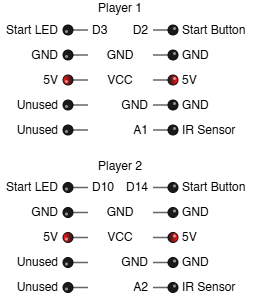
The draw.io diagram img/header.drawio.png in mickkn/IRCoinSlot, before a commit. Source tidied: cells renumbered, new cells last; positions are measured from the earlier drawing's top-left corner, leaving out a move shared by most shapes. Source of this version:
```xml
<mxGraphModel>
  <root>
    <mxCell id="0" />
    <mxCell id="1" parent="0" />
    <mxCell id="2" style="verticalLabelPosition=top;html=1;shadow=0;dashed=0;verticalAlign=bottom;strokeWidth=1;shape=mxgraph.ios.iPin;fillColor2=none;fillColor3=none;strokeColor=none;pinStemColor=none;rotation=90;fillColor=none;" parent="1" vertex="1">
      <mxGeometry x="160" y="118" width="10" height="25" as="geometry" />
    </mxCell>
    <mxCell id="3" style="verticalLabelPosition=top;html=1;shadow=0;dashed=0;verticalAlign=bottom;strokeWidth=1;shape=mxgraph.ios.iPin;fillColor2=none;fillColor3=none;strokeColor=none;pinStemColor=none;rotation=90;fillColor=none;" parent="1" vertex="1">
      <mxGeometry x="160" y="93" width="10" height="25" as="geometry" />
    </mxCell>
    <mxCell id="4" value="&lt;div&gt;&lt;br&gt;&lt;/div&gt;&lt;div&gt;&lt;br&gt;&lt;/div&gt;" style="verticalLabelPosition=top;html=1;shadow=0;dashed=0;verticalAlign=bottom;strokeWidth=1;shape=mxgraph.ios.iPin;fillColor2=light-dark(#FF0000,var(--ge-dark-color, #121212));fillColor3=none;strokeColor=none;pinStemColor=none;rotation=90;fillColor=none;" parent="1" vertex="1">
      <mxGeometry x="160" y="68" width="10" height="25" as="geometry" />
    </mxCell>
    <mxCell id="5" style="verticalLabelPosition=top;html=1;shadow=0;dashed=0;verticalAlign=bottom;strokeWidth=1;shape=mxgraph.ios.iPin;fillColor2=none;fillColor3=none;strokeColor=none;pinStemColor=none;rotation=90;fillColor=none;" parent="1" vertex="1">
      <mxGeometry x="160" y="18" width="10" height="25" as="geometry" />
    </mxCell>
    <mxCell id="6" style="verticalLabelPosition=top;html=1;shadow=0;dashed=0;verticalAlign=bottom;strokeWidth=1;shape=mxgraph.ios.iPin;fillColor2=none;fillColor3=none;strokeColor=none;pinStemColor=none;rotation=-90;fillColor=none;" parent="1" vertex="1">
      <mxGeometry x="70" y="18" width="10" height="25" as="geometry" />
    </mxCell>
    <mxCell id="7" style="verticalLabelPosition=top;html=1;shadow=0;dashed=0;verticalAlign=bottom;strokeWidth=1;shape=mxgraph.ios.iPin;fillColor2=none;fillColor3=none;strokeColor=none;pinStemColor=none;rotation=-90;fillColor=none;" parent="1" vertex="1">
      <mxGeometry x="70" y="43" width="10" height="25" as="geometry" />
    </mxCell>
    <mxCell id="8" style="verticalLabelPosition=top;html=1;shadow=0;dashed=0;verticalAlign=bottom;strokeWidth=1;shape=mxgraph.ios.iPin;fillColor2=none;fillColor3=none;strokeColor=none;pinStemColor=none;rotation=-90;fillColor=none;" parent="1" vertex="1">
      <mxGeometry x="70" y="93" width="10" height="25" as="geometry" />
    </mxCell>
    <mxCell id="9" style="verticalLabelPosition=top;html=1;shadow=0;dashed=0;verticalAlign=bottom;strokeWidth=1;shape=mxgraph.ios.iPin;fillColor2=none;fillColor3=none;strokeColor=none;pinStemColor=none;rotation=-90;fillColor=none;" parent="1" vertex="1">
      <mxGeometry x="70" y="118" width="10" height="25" as="geometry" />
    </mxCell>
    <mxCell id="10" style="verticalLabelPosition=top;html=1;shadow=0;dashed=0;verticalAlign=bottom;strokeWidth=1;shape=mxgraph.ios.iPin;fillColor2=none;fillColor3=none;strokeColor=none;pinStemColor=none;rotation=90;fillColor=none;" parent="1" vertex="1">
      <mxGeometry x="160" y="43" width="10" height="25" as="geometry" />
    </mxCell>
    <mxCell id="11" value="&lt;div&gt;&lt;br&gt;&lt;/div&gt;&lt;div&gt;&lt;br&gt;&lt;/div&gt;" style="verticalLabelPosition=top;html=1;shadow=0;dashed=0;verticalAlign=bottom;strokeWidth=1;shape=mxgraph.ios.iPin;fillColor2=light-dark(#FF0000,var(--ge-dark-color, #121212));fillColor3=none;strokeColor=none;pinStemColor=none;rotation=-90;fillColor=none;" parent="1" vertex="1">
      <mxGeometry x="70" y="68" width="10" height="25" as="geometry" />
    </mxCell>
    <mxCell id="12" value="GND" style="text;html=1;whiteSpace=wrap;strokeColor=none;fillColor=none;align=left;verticalAlign=middle;rounded=0;" parent="1" vertex="1">
      <mxGeometry x="180" y="46.8" width="60" height="17.5" as="geometry" />
    </mxCell>
    <mxCell id="13" value="5V" style="text;html=1;whiteSpace=wrap;strokeColor=none;fillColor=none;align=right;verticalAlign=middle;rounded=0;" parent="1" vertex="1">
      <mxGeometry y="71.8" width="60" height="17.5" as="geometry" />
    </mxCell>
    <mxCell id="14" value="5V" style="text;html=1;whiteSpace=wrap;strokeColor=none;fillColor=none;align=left;verticalAlign=middle;rounded=0;" parent="1" vertex="1">
      <mxGeometry x="180" y="71.8" width="60" height="17.5" as="geometry" />
    </mxCell>
    <mxCell id="15" value="Start Button" style="text;html=1;whiteSpace=wrap;strokeColor=none;fillColor=none;align=left;verticalAlign=middle;rounded=0;" parent="1" vertex="1">
      <mxGeometry x="180" y="21.8" width="80" height="17.5" as="geometry" />
    </mxCell>
    <mxCell id="16" value="GND" style="text;html=1;whiteSpace=wrap;strokeColor=none;fillColor=none;align=left;verticalAlign=middle;rounded=0;" parent="1" vertex="1">
      <mxGeometry x="180" y="96.8" width="60" height="17.5" as="geometry" />
    </mxCell>
    <mxCell id="17" value="GND" style="text;html=1;whiteSpace=wrap;strokeColor=none;fillColor=none;align=right;verticalAlign=middle;rounded=0;" parent="1" vertex="1">
      <mxGeometry y="46.8" width="60" height="17.5" as="geometry" />
    </mxCell>
    <mxCell id="18" value="Start LED" style="text;html=1;whiteSpace=wrap;strokeColor=none;fillColor=none;align=right;verticalAlign=middle;rounded=0;" parent="1" vertex="1">
      <mxGeometry y="21.8" width="60" height="17.5" as="geometry" />
    </mxCell>
    <mxCell id="19" value="Unused" style="text;html=1;whiteSpace=wrap;strokeColor=none;fillColor=none;align=right;verticalAlign=middle;rounded=0;" parent="1" vertex="1">
      <mxGeometry y="96.8" width="60" height="17.5" as="geometry" />
    </mxCell>
    <mxCell id="20" value="Unused" style="text;html=1;whiteSpace=wrap;strokeColor=none;fillColor=none;align=right;verticalAlign=middle;rounded=0;" parent="1" vertex="1">
      <mxGeometry y="121.8" width="60" height="17.5" as="geometry" />
    </mxCell>
    <mxCell id="21" value="IR Sensor" style="text;html=1;whiteSpace=wrap;strokeColor=none;fillColor=none;align=left;verticalAlign=middle;rounded=0;" parent="1" vertex="1">
      <mxGeometry x="180" y="121.8" width="60" height="17.5" as="geometry" />
    </mxCell>
    <mxCell id="22" value="D2" style="text;html=1;whiteSpace=wrap;strokeColor=none;fillColor=none;align=right;verticalAlign=middle;rounded=0;" parent="1" vertex="1">
      <mxGeometry x="130" y="21.8" width="20" height="17.5" as="geometry" />
    </mxCell>
    <mxCell id="23" value="Player 1" style="text;html=1;whiteSpace=wrap;strokeColor=none;fillColor=none;align=center;verticalAlign=middle;rounded=0;" parent="1" vertex="1">
      <mxGeometry x="90" y="0.5" width="60" height="17.5" as="geometry" />
    </mxCell>
    <mxCell id="24" value="GND" style="text;html=1;whiteSpace=wrap;strokeColor=none;fillColor=none;align=center;verticalAlign=middle;rounded=0;" parent="1" vertex="1">
      <mxGeometry x="90" y="46.8" width="60" height="17.5" as="geometry" />
    </mxCell>
    <mxCell id="25" value="VCC" style="text;html=1;whiteSpace=wrap;strokeColor=none;fillColor=none;align=center;verticalAlign=middle;rounded=0;" parent="1" vertex="1">
      <mxGeometry x="90" y="71.8" width="60" height="17.5" as="geometry" />
    </mxCell>
    <mxCell id="26" value="GND" style="text;html=1;whiteSpace=wrap;strokeColor=none;fillColor=none;align=right;verticalAlign=middle;rounded=0;" parent="1" vertex="1">
      <mxGeometry x="90" y="96.8" width="60" height="17.5" as="geometry" />
    </mxCell>
    <mxCell id="27" value="A1" style="text;html=1;whiteSpace=wrap;strokeColor=none;fillColor=none;align=right;verticalAlign=middle;rounded=0;" parent="1" vertex="1">
      <mxGeometry x="90" y="121.8" width="60" height="17.5" as="geometry" />
    </mxCell>
    <mxCell id="28" value="D3" style="text;html=1;whiteSpace=wrap;strokeColor=none;fillColor=none;align=left;verticalAlign=middle;rounded=0;" parent="1" vertex="1">
      <mxGeometry x="90" y="21.8" width="20" height="17.5" as="geometry" />
    </mxCell>
    <mxCell id="29" style="verticalLabelPosition=top;html=1;shadow=0;dashed=0;verticalAlign=bottom;strokeWidth=1;shape=mxgraph.ios.iPin;fillColor2=none;fillColor3=none;strokeColor=none;pinStemColor=none;rotation=90;fillColor=none;" parent="1" vertex="1">
      <mxGeometry x="160" y="275.5" width="10" height="25" as="geometry" />
    </mxCell>
    <mxCell id="30" style="verticalLabelPosition=top;html=1;shadow=0;dashed=0;verticalAlign=bottom;strokeWidth=1;shape=mxgraph.ios.iPin;fillColor2=none;fillColor3=none;strokeColor=none;pinStemColor=none;rotation=90;fillColor=none;" parent="1" vertex="1">
      <mxGeometry x="160" y="250.5" width="10" height="25" as="geometry" />
    </mxCell>
    <mxCell id="31" value="&lt;div&gt;&lt;br&gt;&lt;/div&gt;&lt;div&gt;&lt;br&gt;&lt;/div&gt;" style="verticalLabelPosition=top;html=1;shadow=0;dashed=0;verticalAlign=bottom;strokeWidth=1;shape=mxgraph.ios.iPin;fillColor2=light-dark(#FF0000,var(--ge-dark-color, #121212));fillColor3=none;strokeColor=none;pinStemColor=none;rotation=90;fillColor=none;" parent="1" vertex="1">
      <mxGeometry x="160" y="225.5" width="10" height="25" as="geometry" />
    </mxCell>
    <mxCell id="32" style="verticalLabelPosition=top;html=1;shadow=0;dashed=0;verticalAlign=bottom;strokeWidth=1;shape=mxgraph.ios.iPin;fillColor2=none;fillColor3=none;strokeColor=none;pinStemColor=none;rotation=90;fillColor=none;" parent="1" vertex="1">
      <mxGeometry x="160" y="175.5" width="10" height="25" as="geometry" />
    </mxCell>
    <mxCell id="33" style="verticalLabelPosition=top;html=1;shadow=0;dashed=0;verticalAlign=bottom;strokeWidth=1;shape=mxgraph.ios.iPin;fillColor2=none;fillColor3=none;strokeColor=none;pinStemColor=none;rotation=-90;fillColor=none;" parent="1" vertex="1">
      <mxGeometry x="70" y="175.5" width="10" height="25" as="geometry" />
    </mxCell>
    <mxCell id="34" style="verticalLabelPosition=top;html=1;shadow=0;dashed=0;verticalAlign=bottom;strokeWidth=1;shape=mxgraph.ios.iPin;fillColor2=none;fillColor3=none;strokeColor=none;pinStemColor=none;rotation=-90;fillColor=none;" parent="1" vertex="1">
      <mxGeometry x="70" y="200.5" width="10" height="25" as="geometry" />
    </mxCell>
    <mxCell id="35" style="verticalLabelPosition=top;html=1;shadow=0;dashed=0;verticalAlign=bottom;strokeWidth=1;shape=mxgraph.ios.iPin;fillColor2=none;fillColor3=none;strokeColor=none;pinStemColor=none;rotation=-90;fillColor=none;" parent="1" vertex="1">
      <mxGeometry x="70" y="250.5" width="10" height="25" as="geometry" />
    </mxCell>
    <mxCell id="36" style="verticalLabelPosition=top;html=1;shadow=0;dashed=0;verticalAlign=bottom;strokeWidth=1;shape=mxgraph.ios.iPin;fillColor2=none;fillColor3=none;strokeColor=none;pinStemColor=none;rotation=-90;fillColor=none;" parent="1" vertex="1">
      <mxGeometry x="70" y="275.5" width="10" height="25" as="geometry" />
    </mxCell>
    <mxCell id="37" style="verticalLabelPosition=top;html=1;shadow=0;dashed=0;verticalAlign=bottom;strokeWidth=1;shape=mxgraph.ios.iPin;fillColor2=none;fillColor3=none;strokeColor=none;pinStemColor=none;rotation=90;fillColor=none;" parent="1" vertex="1">
      <mxGeometry x="160" y="200.5" width="10" height="25" as="geometry" />
    </mxCell>
    <mxCell id="38" value="&lt;div&gt;&lt;br&gt;&lt;/div&gt;&lt;div&gt;&lt;br&gt;&lt;/div&gt;" style="verticalLabelPosition=top;html=1;shadow=0;dashed=0;verticalAlign=bottom;strokeWidth=1;shape=mxgraph.ios.iPin;fillColor2=light-dark(#FF0000,var(--ge-dark-color, #121212));fillColor3=none;strokeColor=none;pinStemColor=none;rotation=-90;fillColor=none;" parent="1" vertex="1">
      <mxGeometry x="70" y="225.5" width="10" height="25" as="geometry" />
    </mxCell>
    <mxCell id="39" value="GND" style="text;html=1;whiteSpace=wrap;strokeColor=none;fillColor=none;align=left;verticalAlign=middle;rounded=0;" parent="1" vertex="1">
      <mxGeometry x="180" y="204.2" width="60" height="17.5" as="geometry" />
    </mxCell>
    <mxCell id="40" value="5V" style="text;html=1;whiteSpace=wrap;strokeColor=none;fillColor=none;align=right;verticalAlign=middle;rounded=0;" parent="1" vertex="1">
      <mxGeometry y="229.2" width="60" height="17.5" as="geometry" />
    </mxCell>
    <mxCell id="41" value="5V" style="text;html=1;whiteSpace=wrap;strokeColor=none;fillColor=none;align=left;verticalAlign=middle;rounded=0;" parent="1" vertex="1">
      <mxGeometry x="180" y="229.2" width="60" height="17.5" as="geometry" />
    </mxCell>
    <mxCell id="42" value="Start Button" style="text;html=1;whiteSpace=wrap;strokeColor=none;fillColor=none;align=left;verticalAlign=middle;rounded=0;" parent="1" vertex="1">
      <mxGeometry x="180" y="179.2" width="80" height="17.5" as="geometry" />
    </mxCell>
    <mxCell id="43" value="GND" style="text;html=1;whiteSpace=wrap;strokeColor=none;fillColor=none;align=left;verticalAlign=middle;rounded=0;" parent="1" vertex="1">
      <mxGeometry x="180" y="254.2" width="60" height="17.5" as="geometry" />
    </mxCell>
    <mxCell id="44" value="GND" style="text;html=1;whiteSpace=wrap;strokeColor=none;fillColor=none;align=right;verticalAlign=middle;rounded=0;" parent="1" vertex="1">
      <mxGeometry y="204.2" width="60" height="17.5" as="geometry" />
    </mxCell>
    <mxCell id="45" value="Start LED" style="text;html=1;whiteSpace=wrap;strokeColor=none;fillColor=none;align=right;verticalAlign=middle;rounded=0;" parent="1" vertex="1">
      <mxGeometry y="179.2" width="60" height="17.5" as="geometry" />
    </mxCell>
    <mxCell id="46" value="Unused" style="text;html=1;whiteSpace=wrap;strokeColor=none;fillColor=none;align=right;verticalAlign=middle;rounded=0;" parent="1" vertex="1">
      <mxGeometry y="254.2" width="60" height="17.5" as="geometry" />
    </mxCell>
    <mxCell id="47" value="Unused" style="text;html=1;whiteSpace=wrap;strokeColor=none;fillColor=none;align=right;verticalAlign=middle;rounded=0;" parent="1" vertex="1">
      <mxGeometry y="279.2" width="60" height="17.5" as="geometry" />
    </mxCell>
    <mxCell id="48" value="IR Sensor" style="text;html=1;whiteSpace=wrap;strokeColor=none;fillColor=none;align=left;verticalAlign=middle;rounded=0;" parent="1" vertex="1">
      <mxGeometry x="180" y="279.2" width="60" height="17.5" as="geometry" />
    </mxCell>
    <mxCell id="49" value="D14" style="text;html=1;whiteSpace=wrap;strokeColor=none;fillColor=none;align=right;verticalAlign=middle;rounded=0;" parent="1" vertex="1">
      <mxGeometry x="130" y="179.2" width="20" height="17.5" as="geometry" />
    </mxCell>
    <mxCell id="50" value="Player 2" style="text;html=1;whiteSpace=wrap;strokeColor=none;fillColor=none;align=center;verticalAlign=middle;rounded=0;" parent="1" vertex="1">
      <mxGeometry x="90" y="158" width="60" height="17.5" as="geometry" />
    </mxCell>
    <mxCell id="51" value="GND" style="text;html=1;whiteSpace=wrap;strokeColor=none;fillColor=none;align=center;verticalAlign=middle;rounded=0;" parent="1" vertex="1">
      <mxGeometry x="90" y="204.2" width="60" height="17.5" as="geometry" />
    </mxCell>
    <mxCell id="52" value="VCC" style="text;html=1;whiteSpace=wrap;strokeColor=none;fillColor=none;align=center;verticalAlign=middle;rounded=0;" parent="1" vertex="1">
      <mxGeometry x="90" y="229.2" width="60" height="17.5" as="geometry" />
    </mxCell>
    <mxCell id="53" value="GND" style="text;html=1;whiteSpace=wrap;strokeColor=none;fillColor=none;align=right;verticalAlign=middle;rounded=0;" parent="1" vertex="1">
      <mxGeometry x="90" y="254.2" width="60" height="17.5" as="geometry" />
    </mxCell>
    <mxCell id="54" value="A2" style="text;html=1;whiteSpace=wrap;strokeColor=none;fillColor=none;align=right;verticalAlign=middle;rounded=0;" parent="1" vertex="1">
      <mxGeometry x="90" y="279.2" width="60" height="17.5" as="geometry" />
    </mxCell>
    <mxCell id="55" value="D10" style="text;html=1;whiteSpace=wrap;strokeColor=none;fillColor=none;align=left;verticalAlign=middle;rounded=0;" parent="1" vertex="1">
      <mxGeometry x="90" y="179.2" width="20" height="17.5" as="geometry" />
    </mxCell>
  </root>
</mxGraphModel>
```
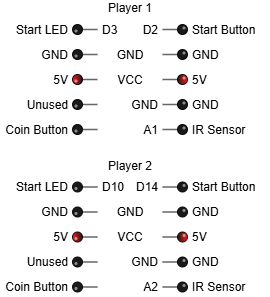
Above is the later version.

What changed in the source:
```diff
@@ -53,12 +53,12 @@
     <mxCell id="18" value="Start LED" style="text;html=1;whiteSpace=wrap;strokeColor=none;fillColor=none;align=right;verticalAlign=middle;rounded=0;" parent="1" vertex="1">
       <mxGeometry y="21.8" width="60" height="17.5" as="geometry" />
     </mxCell>
-    <mxCell id="19" value="Unused" style="text;html=1;whiteSpace=wrap;strokeColor=none;fillColor=none;align=right;verticalAlign=middle;rounded=0;" parent="1" vertex="1">
-      <mxGeometry y="96.8" width="60" height="17.5" as="geometry" />
-    </mxCell>
-    <mxCell id="20" value="Unused" style="text;html=1;whiteSpace=wrap;strokeColor=none;fillColor=none;align=right;verticalAlign=middle;rounded=0;" parent="1" vertex="1">
-      <mxGeometry y="121.8" width="60" height="17.5" as="geometry" />
-    </mxCell>
+    <mxCell id="56" value="Unused" style="text;html=1;whiteSpace=wrap;strokeColor=none;fillColor=none;align=right;verticalAlign=middle;rounded=0;" parent="1" vertex="1">
+      <mxGeometry x="-10" y="96.8" width="70" height="17.5" as="geometry" />
+    </mxCell>
+    <mxCell id="57" value="Coin Button" style="text;html=1;whiteSpace=wrap;strokeColor=none;fillColor=none;align=right;verticalAlign=middle;rounded=0;" parent="1" vertex="1">
+      <mxGeometry x="-10" y="121.8" width="70" height="17.5" as="geometry" />
+    </mxCell>
     <mxCell id="21" value="IR Sensor" style="text;html=1;whiteSpace=wrap;strokeColor=none;fillColor=none;align=left;verticalAlign=middle;rounded=0;" parent="1" vertex="1">
       <mxGeometry x="180" y="121.8" width="60" height="17.5" as="geometry" />
     </mxCell>
@@ -134,12 +134,12 @@
     <mxCell id="45" value="Start LED" style="text;html=1;whiteSpace=wrap;strokeColor=none;fillColor=none;align=right;verticalAlign=middle;rounded=0;" parent="1" vertex="1">
       <mxGeometry y="179.2" width="60" height="17.5" as="geometry" />
     </mxCell>
-    <mxCell id="46" value="Unused" style="text;html=1;whiteSpace=wrap;strokeColor=none;fillColor=none;align=right;verticalAlign=middle;rounded=0;" parent="1" vertex="1">
-      <mxGeometry y="254.2" width="60" height="17.5" as="geometry" />
-    </mxCell>
-    <mxCell id="47" value="Unused" style="text;html=1;whiteSpace=wrap;strokeColor=none;fillColor=none;align=right;verticalAlign=middle;rounded=0;" parent="1" vertex="1">
-      <mxGeometry y="279.2" width="60" height="17.5" as="geometry" />
-    </mxCell>
+    <mxCell id="58" value="Unused" style="text;html=1;whiteSpace=wrap;strokeColor=none;fillColor=none;align=right;verticalAlign=middle;rounded=0;" parent="1" vertex="1">
+      <mxGeometry x="-10" y="254.2" width="70" height="17.5" as="geometry" />
+    </mxCell>
+    <mxCell id="59" value="Coin Button" style="text;html=1;whiteSpace=wrap;strokeColor=none;fillColor=none;align=right;verticalAlign=middle;rounded=0;" parent="1" vertex="1">
+      <mxGeometry x="-10" y="279.2" width="70" height="17.5" as="geometry" />
+    </mxCell>
     <mxCell id="48" value="IR Sensor" style="text;html=1;whiteSpace=wrap;strokeColor=none;fillColor=none;align=left;verticalAlign=middle;rounded=0;" parent="1" vertex="1">
       <mxGeometry x="180" y="279.2" width="60" height="17.5" as="geometry" />
     </mxCell>
```
